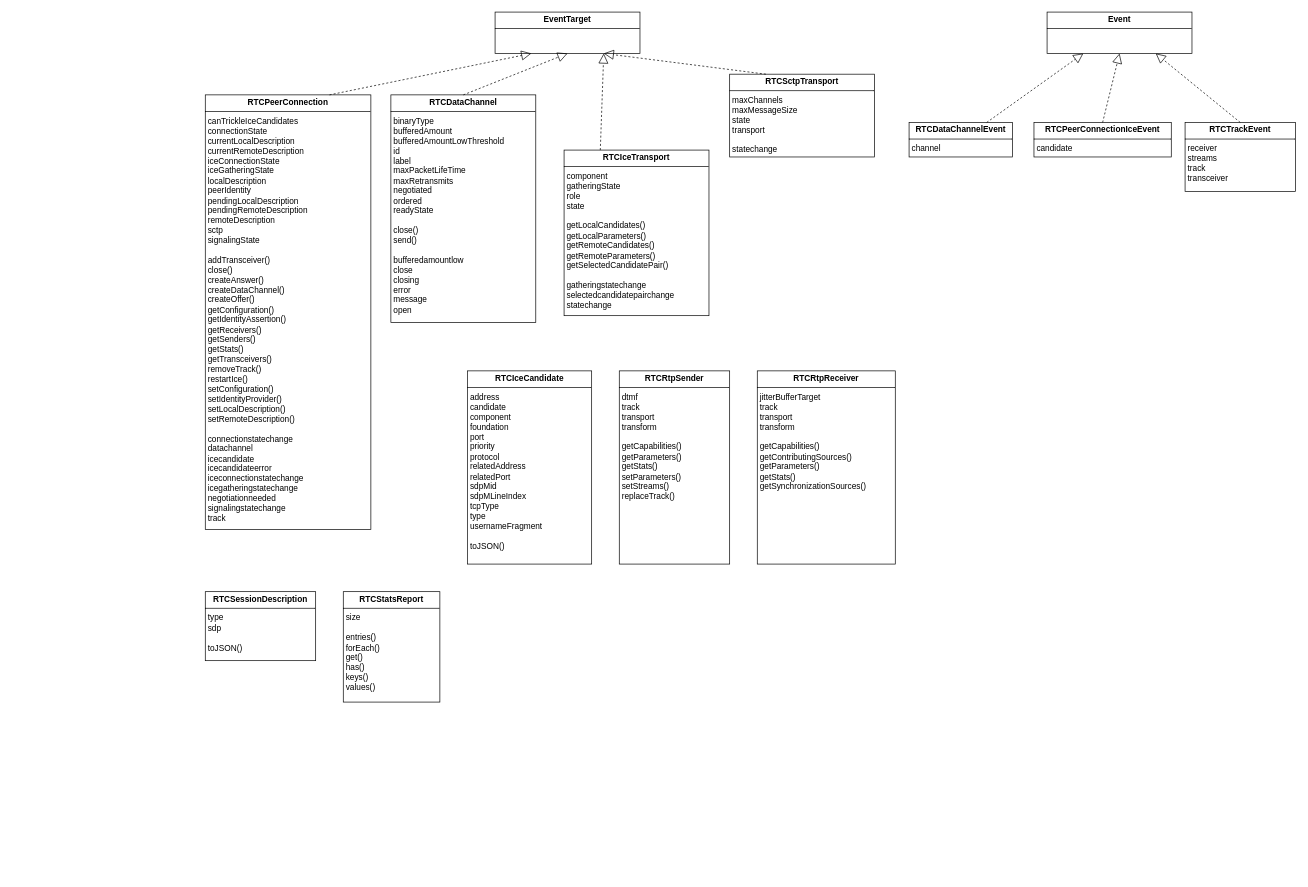
The draw.io diagram page "WebRTC" (2 of 2) of WebRTC.drawio in KondyubaBA/WebAPI, before the edit. Source tidied: cells renumbered, new cells numbered last; positions are measured from the earlier drawing's top-left corner, leaving out a move shared by most shapes. Both pictures are drawn from the tidied source at 69%, with x=0, y=0 at pixel (205, 12).
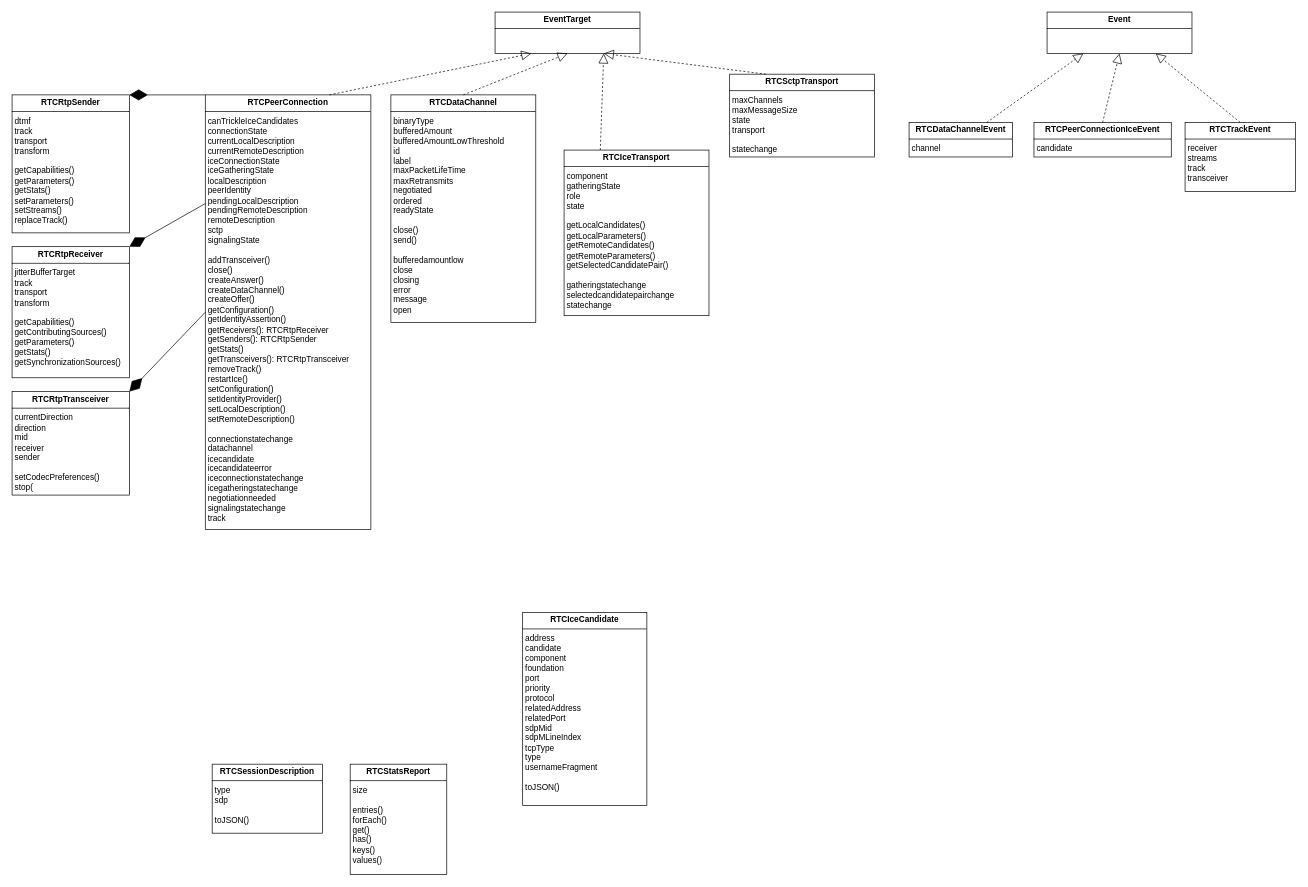
The same diagram, later.

The edit, as a diff of the source:
```diff
@@
-    <mxCell id="2" value="&lt;p style=&quot;margin:0px;margin-top:4px;text-align:center;&quot;&gt;&lt;b&gt;RTCPeerConnection&lt;/b&gt;&lt;/p&gt;&lt;hr size=&quot;1&quot; style=&quot;border-style:solid;&quot;&gt;&lt;p style=&quot;margin:0px;margin-left:4px;&quot;&gt;canTrickleIceCandidates&lt;/p&gt;&lt;p style=&quot;margin:0px;margin-left:4px;&quot;&gt;connectionState&lt;/p&gt;&lt;p style=&quot;margin:0px;margin-left:4px;&quot;&gt;currentLocalDescription&lt;/p&gt;&lt;p style=&quot;margin:0px;margin-left:4px;&quot;&gt;currentRemoteDescription&lt;/p&gt;&lt;p style=&quot;margin:0px;margin-left:4px;&quot;&gt;iceConnectionState&lt;/p&gt;&lt;p style=&quot;margin:0px;margin-left:4px;&quot;&gt;iceGatheringState&lt;/p&gt;&lt;p style=&quot;margin:0px;margin-left:4px;&quot;&gt;localDescription&lt;/p&gt;&lt;p style=&quot;margin:0px;margin-left:4px;&quot;&gt;peerIdentity&lt;/p&gt;&lt;p style=&quot;margin:0px;margin-left:4px;&quot;&gt;pendingLocalDescription&lt;/p&gt;&lt;p style=&quot;margin:0px;margin-left:4px;&quot;&gt;pendingRemoteDescription&lt;/p&gt;&lt;p style=&quot;margin:0px;margin-left:4px;&quot;&gt;remoteDescription&lt;/p&gt;&lt;p style=&quot;margin:0px;margin-left:4px;&quot;&gt;sctp&lt;/p&gt;&lt;p style=&quot;margin:0px;margin-left:4px;&quot;&gt;signalingState&lt;/p&gt;&lt;p style=&quot;margin:0px;margin-left:4px;&quot;&gt;&lt;br&gt;&lt;/p&gt;&lt;p style=&quot;margin:0px;margin-left:4px;&quot;&gt;addTransceiver()&lt;/p&gt;&lt;p style=&quot;margin:0px;margin-left:4px;&quot;&gt;close()&lt;/p&gt;&lt;p style=&quot;margin:0px;margin-left:4px;&quot;&gt;createAnswer()&lt;/p&gt;&lt;p style=&quot;margin:0px;margin-left:4px;&quot;&gt;createDataChannel()&lt;/p&gt;&lt;p style=&quot;margin:0px;margin-left:4px;&quot;&gt;createOffer()&lt;/p&gt;&lt;p style=&quot;margin:0px;margin-left:4px;&quot;&gt;getConfiguration()&lt;/p&gt;&lt;p style=&quot;margin:0px;margin-left:4px;&quot;&gt;getIdentityAssertion()&lt;/p&gt;&lt;p style=&quot;margin:0px;margin-left:4px;&quot;&gt;getReceivers()&lt;/p&gt;&lt;p style=&quot;margin:0px;margin-left:4px;&quot;&gt;getSenders()&lt;/p&gt;&lt;p style=&quot;margin:0px;margin-left:4px;&quot;&gt;getStats()&lt;/p&gt;&lt;p style=&quot;margin:0px;margin-left:4px;&quot;&gt;getTransceivers()&lt;/p&gt;&lt;p style=&quot;margin:0px;margin-left:4px;&quot;&gt;removeTrack()&lt;/p&gt;&lt;p style=&quot;margin:0px;margin-left:4px;&quot;&gt;restartIce()&lt;/p&gt;&lt;p style=&quot;margin:0px;margin-left:4px;&quot;&gt;setConfiguration()&lt;/p&gt;&lt;p style=&quot;margin:0px;margin-left:4px;&quot;&gt;setIdentityProvider()&lt;/p&gt;&lt;p style=&quot;margin:0px;margin-left:4px;&quot;&gt;setLocalDescription()&lt;/p&gt;&lt;p style=&quot;margin:0px;margin-left:4px;&quot;&gt;setRemoteDescription()&lt;/p&gt;&lt;p style=&quot;margin:0px;margin-left:4px;&quot;&gt;&lt;br&gt;&lt;/p&gt;&lt;p style=&quot;margin:0px;margin-left:4px;&quot;&gt;connectionstatechange&lt;/p&gt;&lt;p style=&quot;margin:0px;margin-left:4px;&quot;&gt;datachannel&lt;/p&gt;&lt;p style=&quot;margin:0px;margin-left:4px;&quot;&gt;icecandidate&lt;/p&gt;&lt;p style=&quot;margin:0px;margin-left:4px;&quot;&gt;icecandidateerror&lt;/p&gt;&lt;p style=&quot;margin:0px;margin-left:4px;&quot;&gt;iceconnectionstatechange&lt;/p&gt;&lt;p style=&quot;margin:0px;margin-left:4px;&quot;&gt;icegatheringstatechange&lt;/p&gt;&lt;p style=&quot;margin:0px;margin-left:4px;&quot;&gt;negotiationneeded&lt;/p&gt;&lt;p style=&quot;margin:0px;margin-left:4px;&quot;&gt;signalingstatechange&lt;/p&gt;&lt;p style=&quot;margin:0px;margin-left:4px;&quot;&gt;track&lt;/p&gt;&lt;div&gt;&lt;br&gt;&lt;/div&gt;" style="verticalAlign=top;align=left;overflow=fill;html=1;whiteSpace=wrap;" parent="1" vertex="1">
+    <mxCell id="2" value="&lt;p style=&quot;margin:0px;margin-top:4px;text-align:center;&quot;&gt;&lt;b&gt;RTCPeerConnection&lt;/b&gt;&lt;/p&gt;&lt;hr size=&quot;1&quot; style=&quot;border-style:solid;&quot;&gt;&lt;p style=&quot;margin:0px;margin-left:4px;&quot;&gt;canTrickleIceCandidates&lt;/p&gt;&lt;p style=&quot;margin:0px;margin-left:4px;&quot;&gt;connectionState&lt;/p&gt;&lt;p style=&quot;margin:0px;margin-left:4px;&quot;&gt;currentLocalDescription&lt;/p&gt;&lt;p style=&quot;margin:0px;margin-left:4px;&quot;&gt;currentRemoteDescription&lt;/p&gt;&lt;p style=&quot;margin:0px;margin-left:4px;&quot;&gt;iceConnectionState&lt;/p&gt;&lt;p style=&quot;margin:0px;margin-left:4px;&quot;&gt;iceGatheringState&lt;/p&gt;&lt;p style=&quot;margin:0px;margin-left:4px;&quot;&gt;localDescription&lt;/p&gt;&lt;p style=&quot;margin:0px;margin-left:4px;&quot;&gt;peerIdentity&lt;/p&gt;&lt;p style=&quot;margin:0px;margin-left:4px;&quot;&gt;pendingLocalDescription&lt;/p&gt;&lt;p style=&quot;margin:0px;margin-left:4px;&quot;&gt;pendingRemoteDescription&lt;/p&gt;&lt;p style=&quot;margin:0px;margin-left:4px;&quot;&gt;remoteDescription&lt;/p&gt;&lt;p style=&quot;margin:0px;margin-left:4px;&quot;&gt;sctp&lt;/p&gt;&lt;p style=&quot;margin:0px;margin-left:4px;&quot;&gt;signalingState&lt;/p&gt;&lt;p style=&quot;margin:0px;margin-left:4px;&quot;&gt;&lt;br&gt;&lt;/p&gt;&lt;p style=&quot;margin:0px;margin-left:4px;&quot;&gt;addTransceiver()&lt;/p&gt;&lt;p style=&quot;margin:0px;margin-left:4px;&quot;&gt;close()&lt;/p&gt;&lt;p style=&quot;margin:0px;margin-left:4px;&quot;&gt;createAnswer()&lt;/p&gt;&lt;p style=&quot;margin:0px;margin-left:4px;&quot;&gt;createDataChannel()&lt;/p&gt;&lt;p style=&quot;margin:0px;margin-left:4px;&quot;&gt;createOffer()&lt;/p&gt;&lt;p style=&quot;margin:0px;margin-left:4px;&quot;&gt;getConfiguration()&lt;/p&gt;&lt;p style=&quot;margin:0px;margin-left:4px;&quot;&gt;getIdentityAssertion()&lt;/p&gt;&lt;p style=&quot;margin:0px;margin-left:4px;&quot;&gt;getReceivers(): RTCRtpReceiver&lt;/p&gt;&lt;p style=&quot;margin:0px;margin-left:4px;&quot;&gt;getSenders(): RTCRtpSender&lt;/p&gt;&lt;p style=&quot;margin:0px;margin-left:4px;&quot;&gt;getStats()&lt;/p&gt;&lt;p style=&quot;margin:0px;margin-left:4px;&quot;&gt;getTransceivers(): RTCRtpTransceiver&lt;/p&gt;&lt;p style=&quot;margin:0px;margin-left:4px;&quot;&gt;removeTrack()&lt;/p&gt;&lt;p style=&quot;margin:0px;margin-left:4px;&quot;&gt;restartIce()&lt;/p&gt;&lt;p style=&quot;margin:0px;margin-left:4px;&quot;&gt;setConfiguration()&lt;/p&gt;&lt;p style=&quot;margin:0px;margin-left:4px;&quot;&gt;setIdentityProvider()&lt;/p&gt;&lt;p style=&quot;margin:0px;margin-left:4px;&quot;&gt;setLocalDescription()&lt;/p&gt;&lt;p style=&quot;margin:0px;margin-left:4px;&quot;&gt;setRemoteDescription()&lt;/p&gt;&lt;p style=&quot;margin:0px;margin-left:4px;&quot;&gt;&lt;br&gt;&lt;/p&gt;&lt;p style=&quot;margin:0px;margin-left:4px;&quot;&gt;connectionstatechange&lt;/p&gt;&lt;p style=&quot;margin:0px;margin-left:4px;&quot;&gt;datachannel&lt;/p&gt;&lt;p style=&quot;margin:0px;margin-left:4px;&quot;&gt;icecandidate&lt;/p&gt;&lt;p style=&quot;margin:0px;margin-left:4px;&quot;&gt;icecandidateerror&lt;/p&gt;&lt;p style=&quot;margin:0px;margin-left:4px;&quot;&gt;iceconnectionstatechange&lt;/p&gt;&lt;p style=&quot;margin:0px;margin-left:4px;&quot;&gt;icegatheringstatechange&lt;/p&gt;&lt;p style=&quot;margin:0px;margin-left:4px;&quot;&gt;negotiationneeded&lt;/p&gt;&lt;p style=&quot;margin:0px;margin-left:4px;&quot;&gt;signalingstatechange&lt;/p&gt;&lt;p style=&quot;margin:0px;margin-left:4px;&quot;&gt;track&lt;/p&gt;&lt;div&gt;&lt;br&gt;&lt;/div&gt;" style="verticalAlign=top;align=left;overflow=fill;html=1;whiteSpace=wrap;" parent="1" vertex="1">
       <mxGeometry y="120" width="240" height="630" as="geometry" />
     </mxCell>
@@
     <mxCell id="10" value="&lt;p style=&quot;margin:0px;margin-top:4px;text-align:center;&quot;&gt;&lt;b&gt;RTCSessionDescription&lt;/b&gt;&lt;/p&gt;&lt;hr size=&quot;1&quot; style=&quot;border-style:solid;&quot;&gt;&lt;p style=&quot;margin:0px;margin-left:4px;&quot;&gt;type&lt;/p&gt;&lt;p style=&quot;margin:0px;margin-left:4px;&quot;&gt;sdp&lt;/p&gt;&lt;p style=&quot;margin:0px;margin-left:4px;&quot;&gt;&lt;br&gt;&lt;/p&gt;&lt;p style=&quot;margin:0px;margin-left:4px;&quot;&gt;toJSON()&lt;/p&gt;" style="verticalAlign=top;align=left;overflow=fill;html=1;whiteSpace=wrap;" parent="1" vertex="1">
-      <mxGeometry y="840" width="160" height="100" as="geometry" />
+      <mxGeometry x="10" y="1090" width="160" height="100" as="geometry" />
     </mxCell>
     <mxCell id="11" value="&lt;p style=&quot;margin:0px;margin-top:4px;text-align:center;&quot;&gt;&lt;b&gt;RTCStatsReport&lt;/b&gt;&lt;/p&gt;&lt;hr size=&quot;1&quot; style=&quot;border-style:solid;&quot;&gt;&lt;p style=&quot;margin:0px;margin-left:4px;&quot;&gt;size&lt;/p&gt;&lt;p style=&quot;margin:0px;margin-left:4px;&quot;&gt;&lt;br&gt;&lt;/p&gt;&lt;p style=&quot;margin:0px;margin-left:4px;&quot;&gt;entries()&lt;/p&gt;&lt;p style=&quot;margin:0px;margin-left:4px;&quot;&gt;forEach()&lt;/p&gt;&lt;p style=&quot;margin:0px;margin-left:4px;&quot;&gt;get()&lt;/p&gt;&lt;p style=&quot;margin:0px;margin-left:4px;&quot;&gt;has()&lt;/p&gt;&lt;p style=&quot;margin:0px;margin-left:4px;&quot;&gt;keys()&lt;/p&gt;&lt;p style=&quot;margin:0px;margin-left:4px;&quot;&gt;values()&lt;/p&gt;" style="verticalAlign=top;align=left;overflow=fill;html=1;whiteSpace=wrap;" parent="1" vertex="1">
-      <mxGeometry x="200" y="840" width="140" height="160" as="geometry" />
+      <mxGeometry x="210" y="1090" width="140" height="160" as="geometry" />
     </mxCell>
     <mxCell id="12" value="&lt;p style=&quot;margin:0px;margin-top:4px;text-align:center;&quot;&gt;&lt;b&gt;RTCIceCandidate&lt;/b&gt;&lt;/p&gt;&lt;hr size=&quot;1&quot; style=&quot;border-style:solid;&quot;&gt;&lt;p style=&quot;margin:0px;margin-left:4px;&quot;&gt;address&lt;/p&gt;&lt;p style=&quot;margin:0px;margin-left:4px;&quot;&gt;candidate&lt;/p&gt;&lt;p style=&quot;margin:0px;margin-left:4px;&quot;&gt;component&lt;/p&gt;&lt;p style=&quot;margin:0px;margin-left:4px;&quot;&gt;foundation&lt;/p&gt;&lt;p style=&quot;margin:0px;margin-left:4px;&quot;&gt;port&lt;/p&gt;&lt;p style=&quot;margin:0px;margin-left:4px;&quot;&gt;priority&lt;/p&gt;&lt;p style=&quot;margin:0px;margin-left:4px;&quot;&gt;protocol&lt;/p&gt;&lt;p style=&quot;margin:0px;margin-left:4px;&quot;&gt;relatedAddress&lt;/p&gt;&lt;p style=&quot;margin:0px;margin-left:4px;&quot;&gt;relatedPort&lt;/p&gt;&lt;p style=&quot;margin:0px;margin-left:4px;&quot;&gt;sdpMid&lt;/p&gt;&lt;p style=&quot;margin:0px;margin-left:4px;&quot;&gt;sdpMLineIndex&lt;/p&gt;&lt;p style=&quot;margin:0px;margin-left:4px;&quot;&gt;tcpType&lt;/p&gt;&lt;p style=&quot;margin:0px;margin-left:4px;&quot;&gt;type&lt;/p&gt;&lt;p style=&quot;margin:0px;margin-left:4px;&quot;&gt;usernameFragment&lt;/p&gt;&lt;p style=&quot;margin:0px;margin-left:4px;&quot;&gt;&lt;br&gt;&lt;/p&gt;&lt;p style=&quot;margin:0px;margin-left:4px;&quot;&gt;toJSON()&lt;/p&gt;" style="verticalAlign=top;align=left;overflow=fill;html=1;whiteSpace=wrap;" parent="1" vertex="1">
-      <mxGeometry x="380" y="520" width="180" height="280" as="geometry" />
+      <mxGeometry x="460" y="870" width="180" height="280" as="geometry" />
     </mxCell>
@@
     <mxCell id="17" value="&lt;p style=&quot;margin:0px;margin-top:4px;text-align:center;&quot;&gt;&lt;b&gt;RTCRtpSender&lt;/b&gt;&lt;/p&gt;&lt;hr size=&quot;1&quot; style=&quot;border-style:solid;&quot;&gt;&lt;p style=&quot;margin:0px;margin-left:4px;&quot;&gt;dtmf&lt;/p&gt;&lt;p style=&quot;margin:0px;margin-left:4px;&quot;&gt;track&lt;/p&gt;&lt;p style=&quot;margin:0px;margin-left:4px;&quot;&gt;transport&lt;/p&gt;&lt;p style=&quot;margin:0px;margin-left:4px;&quot;&gt;transform&lt;/p&gt;&lt;p style=&quot;margin:0px;margin-left:4px;&quot;&gt;&lt;br&gt;&lt;/p&gt;&lt;p style=&quot;margin:0px;margin-left:4px;&quot;&gt;getCapabilities()&lt;/p&gt;&lt;p style=&quot;margin:0px;margin-left:4px;&quot;&gt;getParameters()&lt;/p&gt;&lt;p style=&quot;margin:0px;margin-left:4px;&quot;&gt;getStats()&lt;/p&gt;&lt;p style=&quot;margin:0px;margin-left:4px;&quot;&gt;setParameters()&lt;/p&gt;&lt;p style=&quot;margin:0px;margin-left:4px;&quot;&gt;setStreams()&lt;/p&gt;&lt;p style=&quot;margin:0px;margin-left:4px;&quot;&gt;replaceTrack()&lt;/p&gt;" style="verticalAlign=top;align=left;overflow=fill;html=1;whiteSpace=wrap;" parent="1" vertex="1">
-      <mxGeometry x="600" y="520" width="160" height="280" as="geometry" />
+      <mxGeometry x="-280" y="120" width="170" height="200" as="geometry" />
     </mxCell>
@@
     <mxCell id="19" value="&lt;p style=&quot;margin:0px;margin-top:4px;text-align:center;&quot;&gt;&lt;b&gt;RTCRtpReceiver&lt;/b&gt;&lt;/p&gt;&lt;hr size=&quot;1&quot; style=&quot;border-style:solid;&quot;&gt;&lt;p style=&quot;margin:0px;margin-left:4px;&quot;&gt;jitterBufferTarget&lt;/p&gt;&lt;p style=&quot;margin:0px;margin-left:4px;&quot;&gt;track&lt;/p&gt;&lt;p style=&quot;margin:0px;margin-left:4px;&quot;&gt;transport&lt;/p&gt;&lt;p style=&quot;margin:0px;margin-left:4px;&quot;&gt;transform&lt;/p&gt;&lt;p style=&quot;margin:0px;margin-left:4px;&quot;&gt;&lt;br&gt;&lt;/p&gt;&lt;p style=&quot;margin:0px;margin-left:4px;&quot;&gt;getCapabilities()&lt;/p&gt;&lt;p style=&quot;margin:0px;margin-left:4px;&quot;&gt;getContributingSources()&lt;/p&gt;&lt;p style=&quot;margin:0px;margin-left:4px;&quot;&gt;getParameters()&lt;/p&gt;&lt;p style=&quot;margin:0px;margin-left:4px;&quot;&gt;getStats()&lt;/p&gt;&lt;p style=&quot;margin:0px;margin-left:4px;&quot;&gt;getSynchronizationSources()&lt;/p&gt;" style="verticalAlign=top;align=left;overflow=fill;html=1;whiteSpace=wrap;" parent="1" vertex="1">
-      <mxGeometry x="800" y="520" width="200" height="280" as="geometry" />
+      <mxGeometry x="-280" y="340" width="170" height="190" as="geometry" />
     </mxCell>
@@
+    <mxCell id="23" style="endArrow=diamondThin;endFill=1;endSize=24;html=1;rounded=0;entryX=1;entryY=0;entryDx=0;entryDy=0;exitX=0;exitY=0;exitDx=0;exitDy=0;" parent="1" edge="1" source="2" target="17">
+      <mxGeometry relative="1" as="geometry" />
+    </mxCell>
+    <mxCell id="24" style="endArrow=diamondThin;endFill=1;endSize=24;html=1;rounded=0;entryX=1;entryY=0;entryDx=0;entryDy=0;exitX=0;exitY=0.25;exitDx=0;exitDy=0;" parent="1" edge="1" source="2" target="19">
+      <mxGeometry relative="1" as="geometry" />
+    </mxCell>
+    <mxCell id="25" value="&lt;p style=&quot;margin:0px;margin-top:4px;text-align:center;&quot;&gt;&lt;b&gt;RTCRtpTransceiver&lt;/b&gt;&lt;/p&gt;&lt;hr size=&quot;1&quot; style=&quot;border-style:solid;&quot;&gt;&lt;p style=&quot;margin:0px;margin-left:4px;&quot;&gt;currentDirection&lt;/p&gt;&lt;p style=&quot;margin:0px;margin-left:4px;&quot;&gt;direction&lt;/p&gt;&lt;p style=&quot;margin:0px;margin-left:4px;&quot;&gt;mid&lt;/p&gt;&lt;p style=&quot;margin:0px;margin-left:4px;&quot;&gt;receiver&lt;/p&gt;&lt;p style=&quot;margin:0px;margin-left:4px;&quot;&gt;sender&lt;/p&gt;&lt;p style=&quot;margin:0px;margin-left:4px;&quot;&gt;&lt;br&gt;&lt;/p&gt;&lt;p style=&quot;margin:0px;margin-left:4px;&quot;&gt;setCodecPreferences()&lt;/p&gt;&lt;p style=&quot;margin:0px;margin-left:4px;&quot;&gt;stop(&lt;/p&gt;" style="verticalAlign=top;align=left;overflow=fill;html=1;whiteSpace=wrap;" parent="1" vertex="1">
+      <mxGeometry x="-280" y="550" width="170" height="150" as="geometry" />
+    </mxCell>
+    <mxCell id="26" style="endArrow=diamondThin;endFill=1;endSize=24;html=1;rounded=0;entryX=1;entryY=0;entryDx=0;entryDy=0;exitX=0;exitY=0.5;exitDx=0;exitDy=0;" parent="1" edge="1" source="2" target="25">
+      <mxGeometry relative="1" as="geometry" />
+    </mxCell>
```
